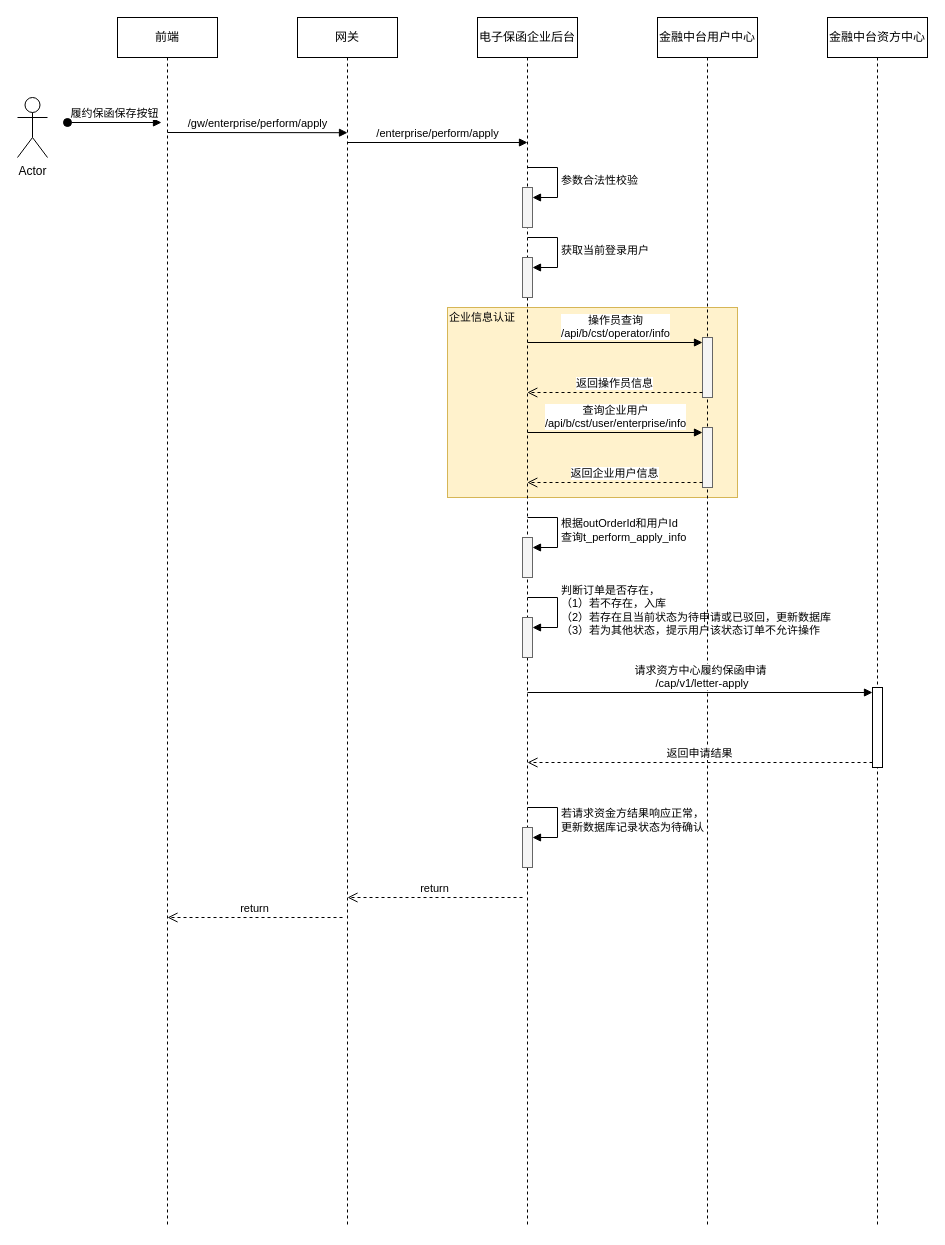
This is page "邮寄信息上传" (5 of 7) of UML/履约保函.drawio from hezhuma/image-repo, a draw.io file, before an edit. Source tidied: cells renumbered, new cells numbered last; positions are measured from the earlier drawing's top-left corner, leaving out a move shared by most shapes. Both pictures are drawn from the tidied source at 100%, with x=0, y=0 at pixel (17, 17).
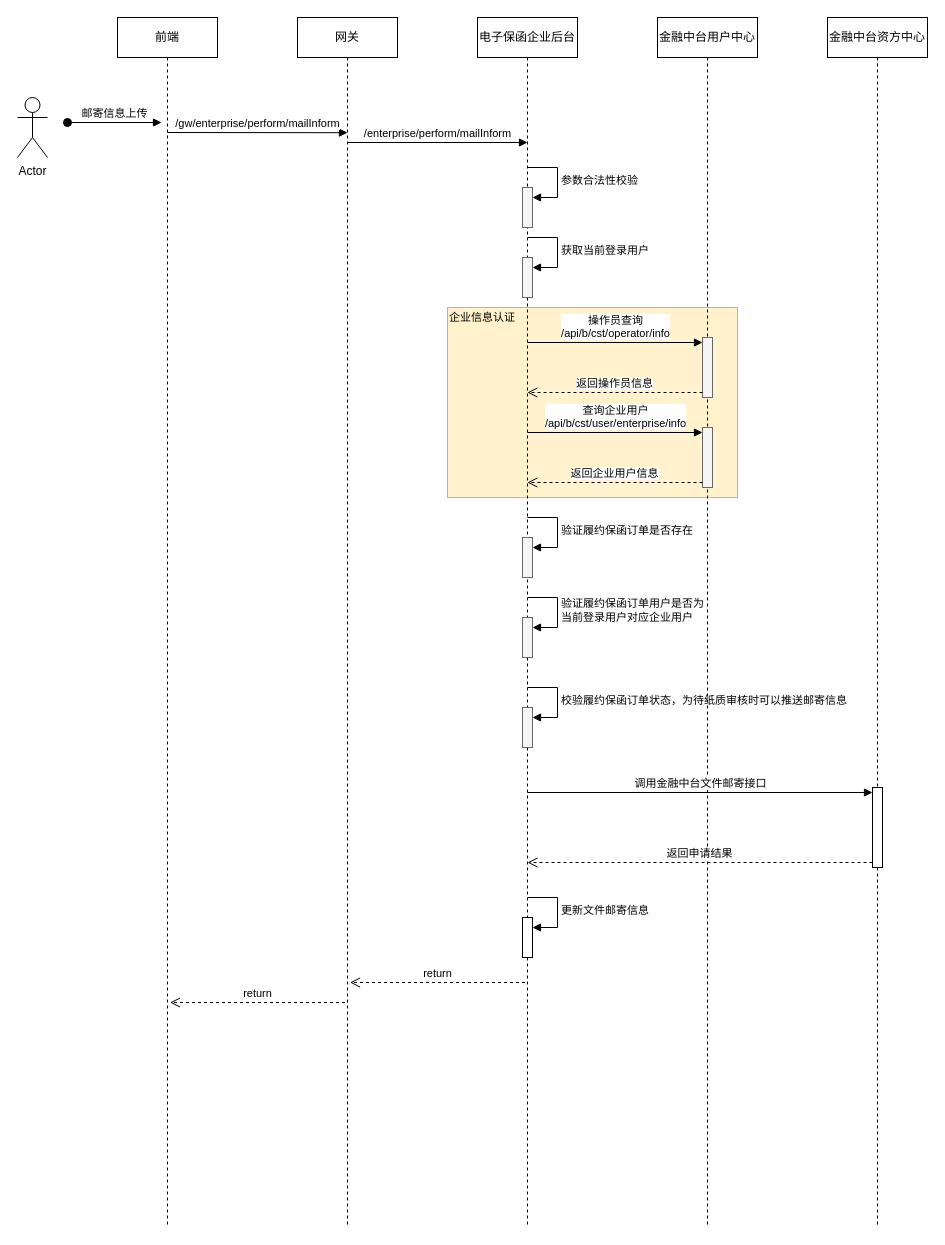
After the change.

The change refers to these unchanged cells:
```xml
<mxCell id="3" value="前端" style="shape=umlLifeline;perimeter=lifelinePerimeter;whiteSpace=wrap;html=1;newEdgeStyle={&quot;curved&quot;:0,&quot;rounded&quot;:0};" parent="1" vertex="1">
  <mxGeometry x="100" width="100" height="1210" as="geometry" />
</mxCell>
<mxCell id="6" value="电子保函企业后台" style="shape=umlLifeline;perimeter=lifelinePerimeter;whiteSpace=wrap;html=1;newEdgeStyle={&quot;curved&quot;:0,&quot;rounded&quot;:0};" parent="1" vertex="1">
  <mxGeometry x="460" width="100" height="1210" as="geometry" />
</mxCell>
<mxCell id="11" style="html=1;points=[[0,0,0,0,5],[0,1,0,0,-5],[1,0,0,0,5],[1,1,0,0,-5]];perimeter=orthogonalPerimeter;outlineConnect=0;targetShapes=umlLifeline;portConstraint=eastwest;newEdgeStyle={&quot;curved&quot;:0,&quot;rounded&quot;:0};fillColor=#f5f5f5;fontColor=#333333;strokeColor=#666666;" parent="6" vertex="1">
  <mxGeometry x="45" y="520" width="10" height="40" as="geometry" />
</mxCell>
<mxCell id="13" style="html=1;points=[[0,0,0,0,5],[0,1,0,0,-5],[1,0,0,0,5],[1,1,0,0,-5]];perimeter=orthogonalPerimeter;outlineConnect=0;targetShapes=umlLifeline;portConstraint=eastwest;newEdgeStyle={&quot;curved&quot;:0,&quot;rounded&quot;:0};fillColor=#f5f5f5;fontColor=#333333;strokeColor=#666666;" parent="6" vertex="1">
  <mxGeometry x="45" y="600" width="10" height="40" as="geometry" />
</mxCell>
<mxCell id="22" value="金融中台资方中心" style="shape=umlLifeline;perimeter=lifelinePerimeter;whiteSpace=wrap;html=1;newEdgeStyle={&quot;curved&quot;:0,&quot;rounded&quot;:0};" parent="1" vertex="1">
  <mxGeometry x="810" width="100" height="1210" as="geometry" />
</mxCell>
```

What changed in the source:
```diff
@@
-    <mxCell id="2" style="rounded=0;whiteSpace=wrap;html=1;fillColor=#fff2cc;strokeColor=#d6b656;" parent="1" vertex="1">
-      <mxGeometry x="430" y="290" width="290" height="190" as="geometry" />
-    </mxCell>
+    <mxCell id="34" style="rounded=0;whiteSpace=wrap;html=1;fillColor=#fff2cc;strokeColor=#d6b656;" parent="1" vertex="1">
+      <mxGeometry x="430" y="290" width="290" height="190" as="geometry" />
+    </mxCell>
@@
-    <mxCell id="4" value="履约保函保存按钮" style="html=1;verticalAlign=bottom;startArrow=oval;endArrow=block;startSize=8;curved=0;rounded=0;entryX=0;entryY=0;entryDx=0;entryDy=5;" parent="3" edge="1">
-      <mxGeometry relative="1" as="geometry">
-        <mxPoint x="-50" y="105" as="sourcePoint" />
-        <mxPoint x="44" y="105" as="targetPoint" />
-      </mxGeometry>
-    </mxCell>
+    <mxCell id="35" value="邮寄信息上传" style="html=1;verticalAlign=bottom;startArrow=oval;endArrow=block;startSize=8;curved=0;rounded=0;entryX=0;entryY=0;entryDx=0;entryDy=5;" parent="3" edge="1">
+      <mxGeometry relative="1" as="geometry">
+        <mxPoint x="-50" y="105" as="sourcePoint" />
+        <mxPoint x="44" y="105" as="targetPoint" />
+      </mxGeometry>
+    </mxCell>
@@
-    <mxCell id="12" value="根据outOrderId和用户Id&lt;br&gt;查询t_perform_apply_info" style="html=1;align=left;spacingLeft=2;endArrow=block;rounded=0;edgeStyle=orthogonalEdgeStyle;curved=0;rounded=0;" parent="6" edge="1" target="11">
-      <mxGeometry relative="1" as="geometry">
-        <mxPoint x="50" y="500" as="sourcePoint" />
-        <Array as="points">
-          <mxPoint x="80" y="530" />
-        </Array>
-      </mxGeometry>
-    </mxCell>
+    <mxCell id="36" value="验证履约保函订单是否存在" style="html=1;align=left;spacingLeft=2;endArrow=block;rounded=0;edgeStyle=orthogonalEdgeStyle;curved=0;rounded=0;" parent="6" edge="1" target="11">
+      <mxGeometry relative="1" as="geometry">
+        <mxPoint x="50" y="500" as="sourcePoint" />
+        <Array as="points">
+          <mxPoint x="80" y="530" />
+        </Array>
+      </mxGeometry>
+    </mxCell>
@@
-    <mxCell id="14" value="判断订单是否存在，&lt;br style=&quot;border-color: var(--border-color);&quot;&gt;（1）若不存在，入库&lt;br style=&quot;border-color: var(--border-color);&quot;&gt;（2）若存在且当前状态为待申请或已驳回，更新数据库&lt;br style=&quot;border-color: var(--border-color);&quot;&gt;（3）若为其他状态，提示用户该状态订单不允许操作" style="html=1;align=left;spacingLeft=2;endArrow=block;rounded=0;edgeStyle=orthogonalEdgeStyle;curved=0;rounded=0;" parent="6" edge="1" target="13">
-      <mxGeometry relative="1" as="geometry">
-        <mxPoint x="50" y="580" as="sourcePoint" />
-        <Array as="points">
-          <mxPoint x="80" y="610" />
-        </Array>
-      </mxGeometry>
-    </mxCell>
-    <mxCell id="15" style="html=1;points=[[0,0,0,0,5],[0,1,0,0,-5],[1,0,0,0,5],[1,1,0,0,-5]];perimeter=orthogonalPerimeter;outlineConnect=0;targetShapes=umlLifeline;portConstraint=eastwest;newEdgeStyle={&quot;curved&quot;:0,&quot;rounded&quot;:0};fillColor=#f5f5f5;fontColor=#333333;strokeColor=#666666;" parent="6" vertex="1">
-      <mxGeometry x="45" y="810" width="10" height="40" as="geometry" />
-    </mxCell>
-    <mxCell id="16" value="若请求资金方结果响应正常，&lt;br&gt;更新数据库记录状态为待确认" style="html=1;align=left;spacingLeft=2;endArrow=block;rounded=0;edgeStyle=orthogonalEdgeStyle;curved=0;rounded=0;" parent="6" edge="1" target="15">
-      <mxGeometry relative="1" as="geometry">
-        <mxPoint x="50" y="790" as="sourcePoint" />
-        <Array as="points">
-          <mxPoint x="80" y="820" />
-        </Array>
-      </mxGeometry>
-    </mxCell>
+    <mxCell id="37" value="验证履约保函订单用户是否为&lt;br&gt;当前登录用户对应企业用户" style="html=1;align=left;spacingLeft=2;endArrow=block;rounded=0;edgeStyle=orthogonalEdgeStyle;curved=0;rounded=0;" parent="6" edge="1" target="13">
+      <mxGeometry relative="1" as="geometry">
+        <mxPoint x="50" y="580" as="sourcePoint" />
+        <Array as="points">
+          <mxPoint x="80" y="610" />
+        </Array>
+      </mxGeometry>
+    </mxCell>
+    <mxCell id="38" style="html=1;points=[[0,0,0,0,5],[0,1,0,0,-5],[1,0,0,0,5],[1,1,0,0,-5]];perimeter=orthogonalPerimeter;outlineConnect=0;targetShapes=umlLifeline;portConstraint=eastwest;newEdgeStyle={&quot;curved&quot;:0,&quot;rounded&quot;:0};fillColor=#f5f5f5;fontColor=#333333;strokeColor=#666666;" parent="6" vertex="1">
+      <mxGeometry x="45" y="690" width="10" height="40" as="geometry" />
+    </mxCell>
+    <mxCell id="39" value="校验履约保函订单状态，为待纸质审核时可以推送邮寄信息" style="html=1;align=left;spacingLeft=2;endArrow=block;rounded=0;edgeStyle=orthogonalEdgeStyle;curved=0;rounded=0;" parent="6" edge="1" target="38">
+      <mxGeometry relative="1" as="geometry">
+        <mxPoint x="50" y="670" as="sourcePoint" />
+        <Array as="points">
+          <mxPoint x="80" y="700" />
+        </Array>
+      </mxGeometry>
+    </mxCell>
+    <mxCell id="40" style="html=1;points=[[0,0,0,0,5],[0,1,0,0,-5],[1,0,0,0,5],[1,1,0,0,-5]];perimeter=orthogonalPerimeter;outlineConnect=0;targetShapes=umlLifeline;portConstraint=eastwest;newEdgeStyle={&quot;curved&quot;:0,&quot;rounded&quot;:0};" parent="6" vertex="1">
+      <mxGeometry x="45" y="900" width="10" height="40" as="geometry" />
+    </mxCell>
+    <mxCell id="41" value="更新文件邮寄信息" style="html=1;align=left;spacingLeft=2;endArrow=block;rounded=0;edgeStyle=orthogonalEdgeStyle;curved=0;rounded=0;" parent="6" edge="1" target="40">
+      <mxGeometry relative="1" as="geometry">
+        <mxPoint x="50" y="880" as="sourcePoint" />
+        <Array as="points">
+          <mxPoint x="80" y="910" />
+        </Array>
+      </mxGeometry>
+    </mxCell>
@@
-    <mxCell id="23" style="html=1;points=[[0,0,0,0,5],[0,1,0,0,-5],[1,0,0,0,5],[1,1,0,0,-5]];perimeter=orthogonalPerimeter;outlineConnect=0;targetShapes=umlLifeline;portConstraint=eastwest;newEdgeStyle={&quot;curved&quot;:0,&quot;rounded&quot;:0};" parent="22" vertex="1">
-      <mxGeometry x="45" y="670" width="10" height="80" as="geometry" />
-    </mxCell>
+    <mxCell id="42" style="html=1;points=[[0,0,0,0,5],[0,1,0,0,-5],[1,0,0,0,5],[1,1,0,0,-5]];perimeter=orthogonalPerimeter;outlineConnect=0;targetShapes=umlLifeline;portConstraint=eastwest;newEdgeStyle={&quot;curved&quot;:0,&quot;rounded&quot;:0};" parent="22" vertex="1">
+      <mxGeometry x="45" y="770" width="10" height="80" as="geometry" />
+    </mxCell>
@@
-    <mxCell id="25" value="/gw/enterprise/perform/apply" style="html=1;verticalAlign=bottom;endArrow=block;curved=0;rounded=0;entryX=0.5;entryY=0.12;entryDx=0;entryDy=0;entryPerimeter=0;" parent="1" edge="1">
-      <mxGeometry relative="1" as="geometry">
-        <mxPoint x="150" y="115" as="sourcePoint" />
-        <mxPoint x="330" y="115.2" as="targetPoint" />
-      </mxGeometry>
-    </mxCell>
-    <mxCell id="26" value="return" style="html=1;verticalAlign=bottom;endArrow=open;dashed=1;endSize=8;curved=0;rounded=0;exitX=0;exitY=1;exitDx=0;exitDy=-5;" parent="1" edge="1">
-      <mxGeometry relative="1" as="geometry">
-        <mxPoint x="325" y="900" as="sourcePoint" />
-        <mxPoint x="150" y="900" as="targetPoint" />
-      </mxGeometry>
-    </mxCell>
-    <mxCell id="27" value="/enterprise/perform/apply" style="html=1;verticalAlign=bottom;endArrow=block;curved=0;rounded=0;entryX=0.5;entryY=0.12;entryDx=0;entryDy=0;entryPerimeter=0;" parent="1" edge="1">
-      <mxGeometry relative="1" as="geometry">
-        <mxPoint x="330" y="125" as="sourcePoint" />
-        <mxPoint x="510" y="125" as="targetPoint" />
-      </mxGeometry>
-    </mxCell>
+    <mxCell id="43" value="/gw/enterprise/perform/mailInform" style="html=1;verticalAlign=bottom;endArrow=block;curved=0;rounded=0;entryX=0.5;entryY=0.12;entryDx=0;entryDy=0;entryPerimeter=0;" parent="1" edge="1">
+      <mxGeometry relative="1" as="geometry">
+        <mxPoint x="150" y="115" as="sourcePoint" />
+        <mxPoint x="330" y="115.2" as="targetPoint" />
+      </mxGeometry>
+    </mxCell>
+    <mxCell id="44" value="return" style="html=1;verticalAlign=bottom;endArrow=open;dashed=1;endSize=8;curved=0;rounded=0;exitX=0;exitY=1;exitDx=0;exitDy=-5;" parent="1" edge="1">
+      <mxGeometry relative="1" as="geometry">
+        <mxPoint x="327.5" y="985" as="sourcePoint" />
+        <mxPoint x="152.5" y="985" as="targetPoint" />
+      </mxGeometry>
+    </mxCell>
+    <mxCell id="45" value="/enterprise/perform/mailInform" style="html=1;verticalAlign=bottom;endArrow=block;curved=0;rounded=0;entryX=0.5;entryY=0.12;entryDx=0;entryDy=0;entryPerimeter=0;" parent="1" edge="1">
+      <mxGeometry relative="1" as="geometry">
+        <mxPoint x="330" y="125" as="sourcePoint" />
+        <mxPoint x="510" y="125" as="targetPoint" />
+      </mxGeometry>
+    </mxCell>
@@
-    <mxCell id="31" value="return" style="html=1;verticalAlign=bottom;endArrow=open;dashed=1;endSize=8;curved=0;rounded=0;exitX=0;exitY=1;exitDx=0;exitDy=-5;" parent="1" edge="1">
-      <mxGeometry relative="1" as="geometry">
-        <mxPoint x="505" y="880" as="sourcePoint" />
-        <mxPoint x="330" y="880" as="targetPoint" />
-      </mxGeometry>
-    </mxCell>
-    <mxCell id="32" value="请求资方中心履约保函申请&lt;br&gt;&amp;nbsp;/cap/v1/letter-apply" style="html=1;verticalAlign=bottom;endArrow=block;curved=0;rounded=0;entryX=0;entryY=0;entryDx=0;entryDy=5;" parent="1" edge="1" target="23">
-      <mxGeometry relative="1" as="geometry">
-        <mxPoint x="510" y="675" as="sourcePoint" />
-      </mxGeometry>
-    </mxCell>
+    <mxCell id="46" value="return" style="html=1;verticalAlign=bottom;endArrow=open;dashed=1;endSize=8;curved=0;rounded=0;exitX=0;exitY=1;exitDx=0;exitDy=-5;" parent="1" edge="1">
+      <mxGeometry relative="1" as="geometry">
+        <mxPoint x="507.5" y="965" as="sourcePoint" />
+        <mxPoint x="332.5" y="965" as="targetPoint" />
+      </mxGeometry>
+    </mxCell>
+    <mxCell id="47" value="调用金融中台文件邮寄接口" style="html=1;verticalAlign=bottom;endArrow=block;curved=0;rounded=0;entryX=0;entryY=0;entryDx=0;entryDy=5;" parent="1" edge="1" target="42">
+      <mxGeometry relative="1" as="geometry">
+        <mxPoint x="510" y="775" as="sourcePoint" />
+      </mxGeometry>
+    </mxCell>
-    <mxCell id="33" value="返回申请结果" style="html=1;verticalAlign=bottom;endArrow=open;dashed=1;endSize=8;curved=0;rounded=0;exitX=0;exitY=1;exitDx=0;exitDy=-5;" parent="1" edge="1" source="23">
+    <mxCell id="33" value="返回申请结果" style="html=1;verticalAlign=bottom;endArrow=open;dashed=1;endSize=8;curved=0;rounded=0;exitX=0;exitY=1;exitDx=0;exitDy=-5;" parent="1" edge="1" source="42">
       <mxGeometry relative="1" as="geometry">
-        <mxPoint x="510" y="745" as="targetPoint" />
+        <mxPoint x="510" y="845" as="targetPoint" />
       </mxGeometry>
     </mxCell>
```
